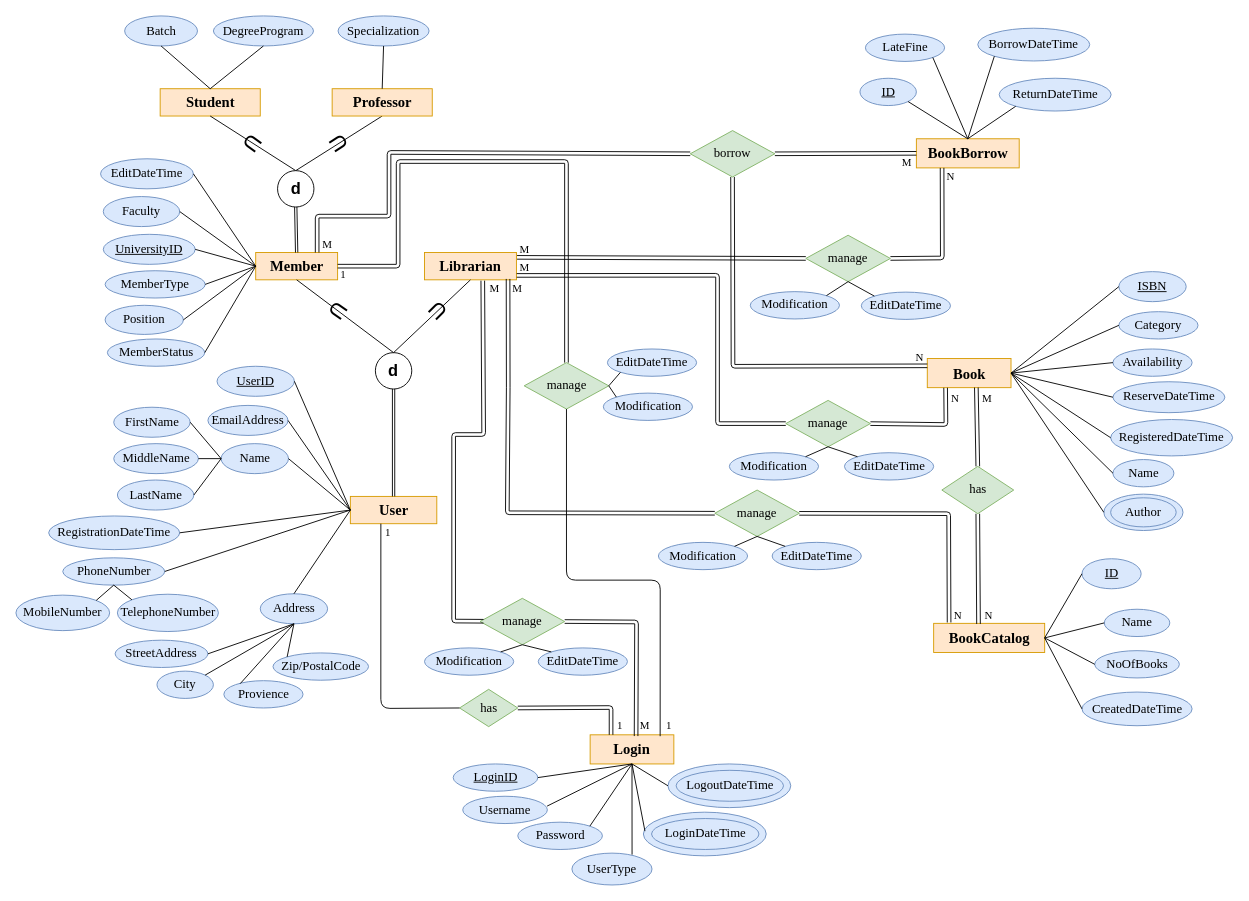
Earlier version of the draw.io diagram Documentation/Database/1.EERD/lsulibraryDB_EERD.drawio (hvlhasanka/Pearson_HND_Computing_Y1S2-Unit10_Web_Design_and_Development). Source tidied: cells renumbered, new cells numbered last; positions are measured from the earlier drawing's top-left corner, leaving out a move shared by most shapes. Both pictures are drawn from the tidied source at 91%, with x=0, y=0 at pixel (15, 15).
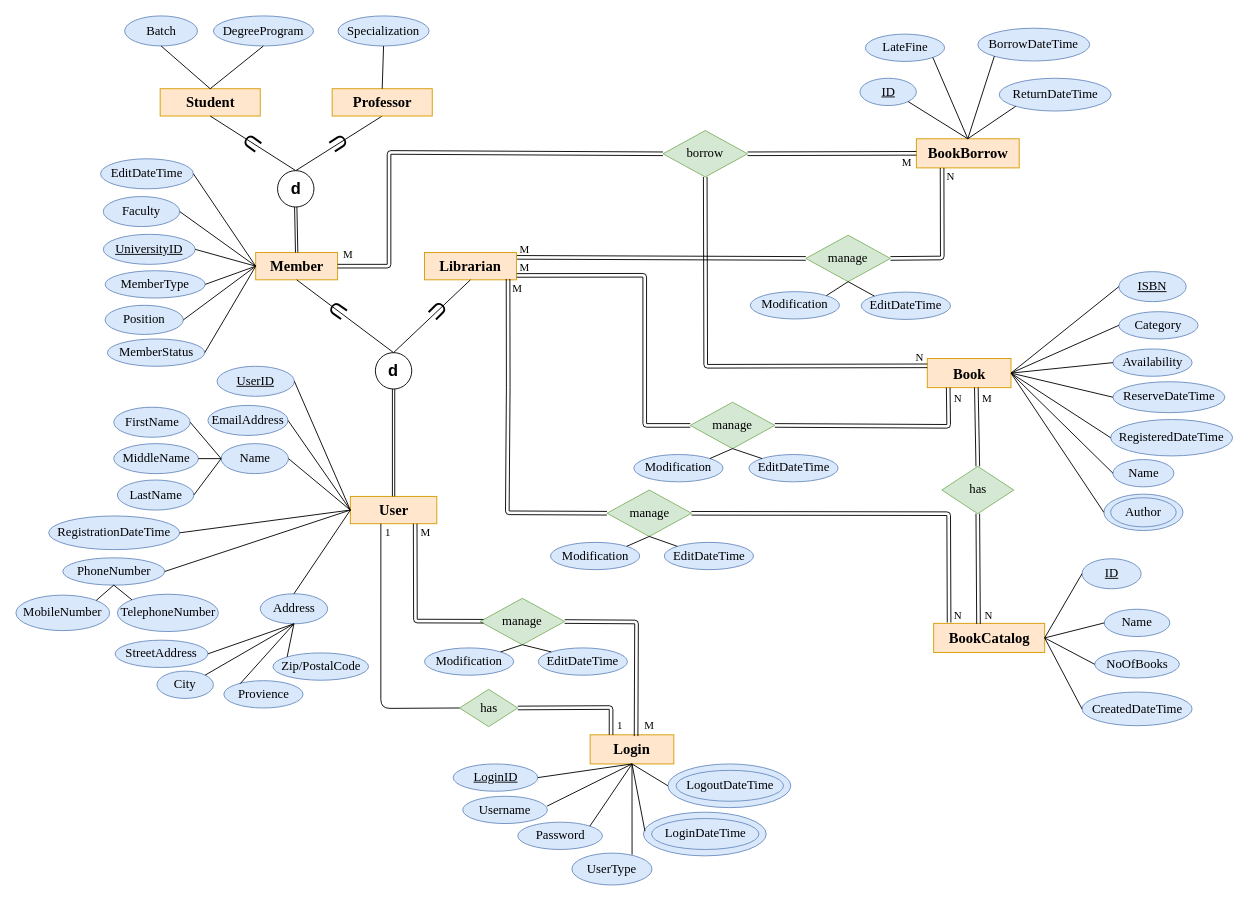
The same page after the edit.

Unchanged cells that the change refers to:
```xml
<mxCell id="2" value="User" style="rounded=0;whiteSpace=wrap;html=1;fontFamily=Times New Roman;fontSize=16;fillColor=#ffe6cc;strokeColor=#d79b00;fontStyle=1;" parent="1" vertex="1">
  <mxGeometry x="367.5" y="528" width="95" height="30" as="geometry" />
</mxCell>
<mxCell id="10" value="Librarian" style="rounded=0;whiteSpace=wrap;html=1;fontFamily=Times New Roman;fontSize=16;fillColor=#ffe6cc;strokeColor=#d79b00;fontStyle=1;" parent="1" vertex="1">
  <mxGeometry x="449" y="260" width="101" height="30" as="geometry" />
</mxCell>
<mxCell id="16" value="Member" style="rounded=0;whiteSpace=wrap;html=1;fontFamily=Times New Roman;fontSize=16;fillColor=#ffe6cc;strokeColor=#d79b00;fontStyle=1;" parent="1" vertex="1">
  <mxGeometry x="263.5" y="260" width="90" height="30" as="geometry" />
</mxCell>
<mxCell id="67" value="Book" style="rounded=0;whiteSpace=wrap;html=1;fontFamily=Times New Roman;fontSize=16;fillColor=#ffe6cc;strokeColor=#d79b00;fontStyle=1;" parent="1" vertex="1">
  <mxGeometry x="1001.5" y="376.5" width="92" height="32" as="geometry" />
</mxCell>
<mxCell id="160" value="manage" style="rhombus;whiteSpace=wrap;html=1;fontFamily=Times New Roman;fontSize=14;fillColor=#d5e8d4;strokeColor=#82b366;" parent="1" vertex="1">
  <mxGeometry x="510" y="640" width="93" height="51" as="geometry" />
</mxCell>
```

Diff of the diagram source:
```diff
@@
     <mxCell id="108" value="borrow" style="rhombus;whiteSpace=wrap;html=1;fontFamily=Times New Roman;fontSize=14;fillColor=#d5e8d4;strokeColor=#82b366;" parent="1" vertex="1">
-      <mxGeometry x="741" y="126" width="93" height="51" as="geometry" />
+      <mxGeometry x="711" y="126" width="93" height="51" as="geometry" />
     </mxCell>
-    <mxCell id="109" style="endArrow=none;html=1;entryX=0;entryY=0.5;entryDx=0;entryDy=0;exitX=0.75;exitY=0;exitDx=0;exitDy=0;shape=link;" parent="1" edge="1" source="16" target="108">
+    <mxCell id="109" style="endArrow=none;html=1;entryX=0;entryY=0.5;entryDx=0;entryDy=0;exitX=1;exitY=0.5;exitDx=0;exitDy=0;shape=link;" parent="1" edge="1" source="16" target="108">
       <mxGeometry relative="1" as="geometry">
         <Array as="points">
-          <mxPoint x="331" y="220" />
-          <mxPoint x="410" y="220" />
+          <mxPoint x="410" y="275" />
           <mxPoint x="410" y="150" />
         </Array>
       </mxGeometry>
     </mxCell>
@@
     <mxCell id="111" value="M" style="text;html=1;align=left;verticalAlign=top;spacingTop=-4;fontFamily=Times New Roman;" parent="1" vertex="1">
-      <mxGeometry x="335" y="241" width="30" height="20" as="geometry" />
+      <mxGeometry x="358" y="253" width="30" height="20" as="geometry" />
     </mxCell>
@@
     <mxCell id="113" style="endArrow=none;html=1;entryX=0;entryY=0.25;entryDx=0;entryDy=0;exitX=0.5;exitY=1;exitDx=0;exitDy=0;shape=link;" parent="1" edge="1" source="108" target="67">
       <mxGeometry relative="1" as="geometry">
         <Array as="points">
-          <mxPoint x="788" y="385" />
+          <mxPoint x="758" y="385" />
         </Array>
       </mxGeometry>
     </mxCell>
@@
     <mxCell id="125" value="manage" style="rhombus;whiteSpace=wrap;html=1;fontFamily=Times New Roman;fontSize=14;fillColor=#d5e8d4;strokeColor=#82b366;" parent="1" vertex="1">
-      <mxGeometry x="846" y="422.5" width="93" height="51" as="geometry" />
+      <mxGeometry x="741" y="424.5" width="93" height="51" as="geometry" />
     </mxCell>
     <mxCell id="126" style="endArrow=none;html=1;exitX=1.003;exitY=0.839;exitDx=0;exitDy=0;entryX=0;entryY=0.5;entryDx=0;entryDy=0;exitPerimeter=0;shape=link;" parent="1" edge="1" source="10" target="125">
       <mxGeometry relative="1" as="geometry">
         <Array as="points">
-          <mxPoint x="771" y="285" />
-          <mxPoint x="771" y="448" />
+          <mxPoint x="691" y="285" />
+          <mxPoint x="691" y="450" />
         </Array>
       </mxGeometry>
     </mxCell>
-    <mxCell id="127" style="endArrow=none;html=1;exitX=1;exitY=0.5;exitDx=0;exitDy=0;entryX=0.219;entryY=1.004;entryDx=0;entryDy=0;entryPerimeter=0;shape=link;" parent="1" edge="1" source="125" target="67">
+    <mxCell id="127" style="endArrow=none;html=1;exitX=1;exitY=0.5;exitDx=0;exitDy=0;entryX=0.25;entryY=1;entryDx=0;entryDy=0;shape=link;" parent="1" edge="1" source="125" target="67">
       <mxGeometry relative="1" as="geometry">
         <Array as="points">
-          <mxPoint x="1022" y="449" />
+          <mxPoint x="1025" y="451" />
         </Array>
       </mxGeometry>
     </mxCell>
@@
     <mxCell id="129" value="N" style="text;html=1;align=left;verticalAlign=top;spacingTop=-4;fontFamily=Times New Roman;" parent="1" vertex="1">
-      <mxGeometry x="1026" y="411" width="20" height="20" as="geometry" />
+      <mxGeometry x="1029" y="411" width="20" height="20" as="geometry" />
     </mxCell>
     <mxCell id="130" value="EditDateTime" style="ellipse;whiteSpace=wrap;html=1;fontFamily=Times New Roman;fontSize=14;fillColor=#dae8fc;strokeColor=#6c8ebf;" parent="1" vertex="1">
-      <mxGeometry x="910.5" y="480" width="98" height="30" as="geometry" />
+      <mxGeometry x="805.5" y="482" width="98" height="30" as="geometry" />
     </mxCell>
@@
     <mxCell id="132" value="Modification" style="ellipse;whiteSpace=wrap;html=1;fontFamily=Times New Roman;fontSize=14;fillColor=#dae8fc;strokeColor=#6c8ebf;" parent="1" vertex="1">
-      <mxGeometry x="784" y="480" width="98" height="30" as="geometry" />
+      <mxGeometry x="679" y="482" width="98" height="30" as="geometry" />
     </mxCell>
@@
     <mxCell id="138" value="manage" style="rhombus;whiteSpace=wrap;html=1;fontFamily=Times New Roman;fontSize=14;fillColor=#d5e8d4;strokeColor=#82b366;" parent="1" vertex="1">
-      <mxGeometry x="768" y="521" width="93" height="51" as="geometry" />
+      <mxGeometry x="649.5" y="521" width="93" height="51" as="geometry" />
     </mxCell>
@@
     <mxCell id="141" value="EditDateTime" style="ellipse;whiteSpace=wrap;html=1;fontFamily=Times New Roman;fontSize=14;fillColor=#dae8fc;strokeColor=#6c8ebf;" parent="1" vertex="1">
-      <mxGeometry x="831" y="578.5" width="98" height="30" as="geometry" />
+      <mxGeometry x="712.5" y="578.5" width="98" height="30" as="geometry" />
     </mxCell>
@@
     <mxCell id="143" value="Modification" style="ellipse;whiteSpace=wrap;html=1;fontFamily=Times New Roman;fontSize=14;fillColor=#dae8fc;strokeColor=#6c8ebf;" parent="1" vertex="1">
-      <mxGeometry x="706" y="578.5" width="98" height="30" as="geometry" />
+      <mxGeometry x="587.5" y="578.5" width="98" height="30" as="geometry" />
     </mxCell>
@@
-    <mxCell id="165" style="endArrow=none;html=1;shape=link;exitX=0.634;exitY=1.031;exitDx=0;exitDy=0;entryX=0.041;entryY=0.494;entryDx=0;entryDy=0;entryPerimeter=0;exitPerimeter=0;" parent="1" edge="1" source="10" target="160">
+    <mxCell id="165" style="endArrow=none;html=1;shape=link;exitX=0.75;exitY=1;exitDx=0;exitDy=0;entryX=0.041;entryY=0.494;entryDx=0;entryDy=0;entryPerimeter=0;" parent="1" edge="1" source="2" target="160">
       <mxGeometry relative="1" as="geometry">
         <Array as="points">
-          <mxPoint x="514" y="460" />
-          <mxPoint x="481" y="460" />
-          <mxPoint x="481" y="665" />
+          <mxPoint x="439" y="665" />
         </Array>
       </mxGeometry>
     </mxCell>
     <mxCell id="166" value="M" style="text;html=1;align=left;verticalAlign=top;spacingTop=-4;fontFamily=Times New Roman;" parent="1" vertex="1">
-      <mxGeometry x="518.5" y="289.5" width="30" height="20" as="geometry" />
+      <mxGeometry x="442.5" y="557.5" width="30" height="20" as="geometry" />
     </mxCell>
@@
     <mxCell id="168" value="M" style="text;html=1;points=[];align=left;verticalAlign=top;spacingTop=-4;fontFamily=Times New Roman;" parent="1" vertex="1">
-      <mxGeometry x="684" y="770" width="30" height="20" as="geometry" />
+      <mxGeometry x="689" y="770" width="30" height="20" as="geometry" />
     </mxCell>
-    <mxCell id="169" value="manage" style="rhombus;whiteSpace=wrap;html=1;fontFamily=Times New Roman;fontSize=14;fillColor=#d5e8d4;strokeColor=#82b366;" parent="1" vertex="1">
-      <mxGeometry x="558.5" y="381" width="93" height="51" as="geometry" />
-    </mxCell>
-    <mxCell id="170" value="EditDateTime" style="ellipse;whiteSpace=wrap;html=1;fontFamily=Times New Roman;fontSize=14;fillColor=#dae8fc;strokeColor=#6c8ebf;" parent="1" vertex="1">
-      <mxGeometry x="650" y="366" width="98" height="30" as="geometry" />
-    </mxCell>
-    <mxCell id="171" style="endArrow=none;html=1;exitX=1;exitY=0.5;exitDx=0;exitDy=0;entryX=0;entryY=1;entryDx=0;entryDy=0;" parent="1" edge="1" source="169" target="170">
-      <mxGeometry relative="1" as="geometry" />
-    </mxCell>
-    <mxCell id="172" value="Modification" style="ellipse;whiteSpace=wrap;html=1;fontFamily=Times New Roman;fontSize=14;fillColor=#dae8fc;strokeColor=#6c8ebf;" parent="1" vertex="1">
-      <mxGeometry x="645.5" y="414.5" width="98" height="30" as="geometry" />
-    </mxCell>
-    <mxCell id="173" style="endArrow=none;html=1;exitX=1;exitY=0.5;exitDx=0;exitDy=0;entryX=0;entryY=0;entryDx=0;entryDy=0;" parent="1" edge="1" source="169" target="172">
-      <mxGeometry relative="1" as="geometry" />
-    </mxCell>
-    <mxCell id="174" style="endArrow=none;html=1;entryX=0.5;entryY=0;entryDx=0;entryDy=0;exitX=1;exitY=0.5;exitDx=0;exitDy=0;shape=link;" parent="1" edge="1" source="16" target="169">
-      <mxGeometry relative="1" as="geometry">
-        <Array as="points">
-          <mxPoint x="420" y="275" />
-          <mxPoint x="420" y="160" />
-          <mxPoint x="605" y="160" />
-        </Array>
-      </mxGeometry>
-    </mxCell>
-    <mxCell id="175" value="1" style="text;html=1;align=left;verticalAlign=top;spacingTop=-4;fontFamily=Times New Roman;" parent="1" vertex="1">
-      <mxGeometry x="355" y="275" width="20" height="20" as="geometry" />
-    </mxCell>
-    <mxCell id="176" style="endArrow=none;html=1;entryX=0.798;entryY=1.075;entryDx=0;entryDy=0;exitX=0.5;exitY=1;exitDx=0;exitDy=0;entryPerimeter=0;" parent="1" edge="1" source="169" target="168">
-      <mxGeometry relative="1" as="geometry">
-        <Array as="points">
-          <mxPoint x="605" y="620" />
-          <mxPoint x="708" y="620" />
-        </Array>
-      </mxGeometry>
-    </mxCell>
-    <mxCell id="177" value="1" style="text;html=1;align=left;verticalAlign=top;spacingTop=-4;fontFamily=Times New Roman;" parent="1" vertex="1">
-      <mxGeometry x="713" y="770" width="20" height="20" as="geometry" />
-    </mxCell>
```
